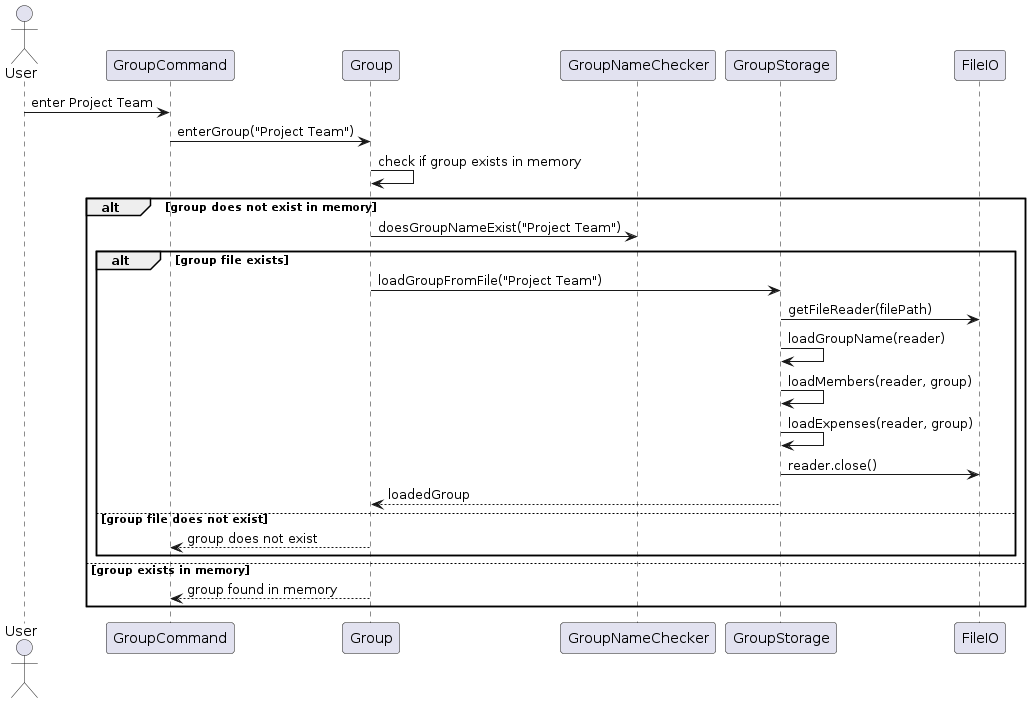
Above: docs/images/groupStorage2.png in mukund1403/tp (PlantUML), before the change.
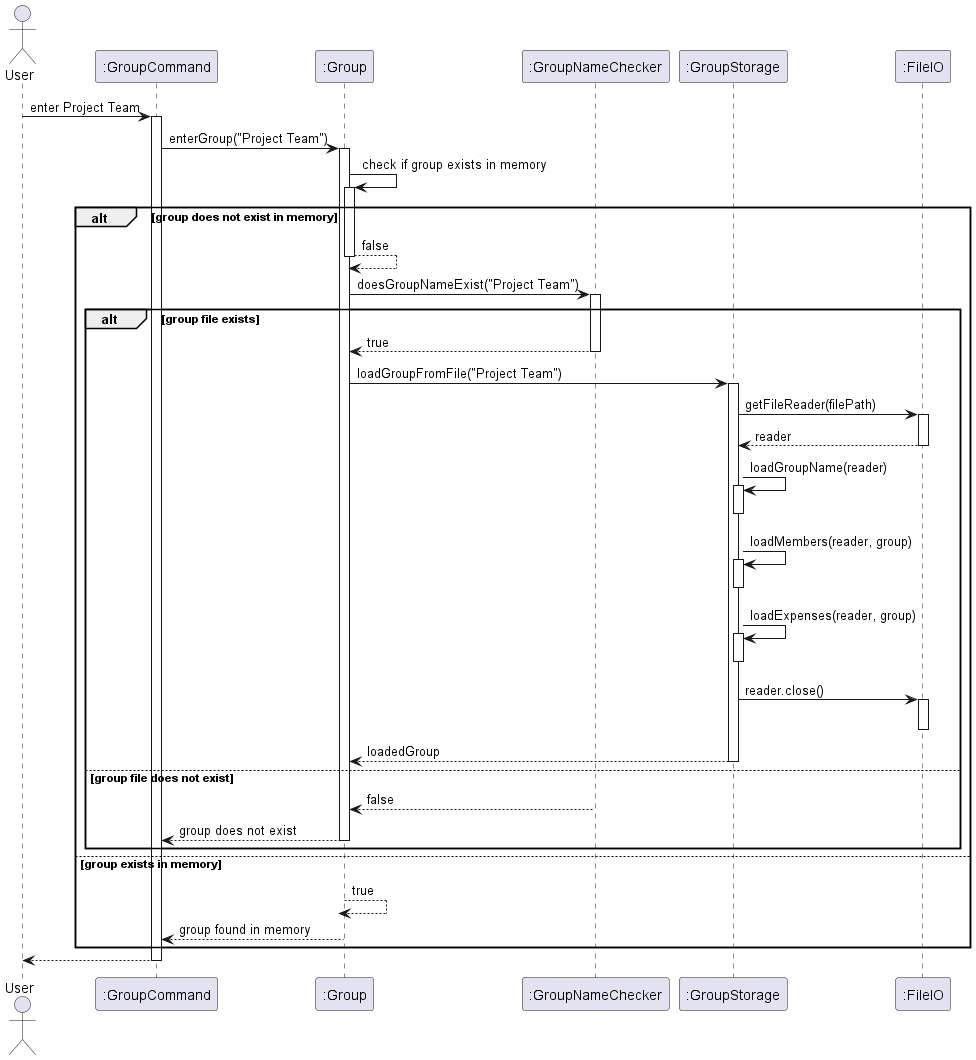
Above is the later version.

Diff of the diagram source:
```diff
@@ -1,28 +1,70 @@
 @startuml
 actor User
-participant GroupCommand
-participant Group
-participant GroupNameChecker
-participant GroupStorage
-participant FileIO
+participant ":GroupCommand" as GroupCommand
+participant ":Group" as Group
+participant ":GroupNameChecker" as GroupNameChecker
+participant ":GroupStorage" as GroupStorage
+participant ":FileIO" as FileIO
 
 User -> GroupCommand: enter Project Team
+activate GroupCommand
+
 GroupCommand -> Group: enterGroup("Project Team")
+activate Group
+
 Group -> Group: check if group exists in memory
+activate Group
 alt group does not exist in memory
+    Group --> Group: false
+    deactivate Group
+
     Group -> GroupNameChecker: doesGroupNameExist("Project Team")
+    activate GroupNameChecker
     alt group file exists
+        GroupNameChecker --> Group: true
+        deactivate GroupNameChecker
+
         Group -> GroupStorage: loadGroupFromFile("Project Team")
+        activate GroupStorage
+
         GroupStorage -> FileIO: getFileReader(filePath)
+        activate FileIO
+        FileIO --> GroupStorage: reader
+        deactivate FileIO
+
         GroupStorage -> GroupStorage: loadGroupName(reader)
+        activate GroupStorage
+        deactivate GroupStorage
+
         GroupStorage -> GroupStorage: loadMembers(reader, group)
+        activate GroupStorage
+        deactivate GroupStorage
+
         GroupStorage -> GroupStorage: loadExpenses(reader, group)
+        activate GroupStorage
+        deactivate GroupStorage
+
         GroupStorage -> FileIO: reader.close()
+        activate FileIO
+        deactivate FileIO
+
         GroupStorage --> Group: loadedGroup
+        deactivate GroupStorage
     else group file does not exist
+        GroupNameChecker --> Group: false
+        deactivate GroupNameChecker
+
         Group --> GroupCommand: group does not exist
+        deactivate Group
     end
 else group exists in memory
+    Group --> Group: true
+    deactivate Group
+
     Group --> GroupCommand: group found in memory
+    deactivate Group
 end
+
+GroupCommand --> User
+deactivate GroupCommand
 @enduml
```
